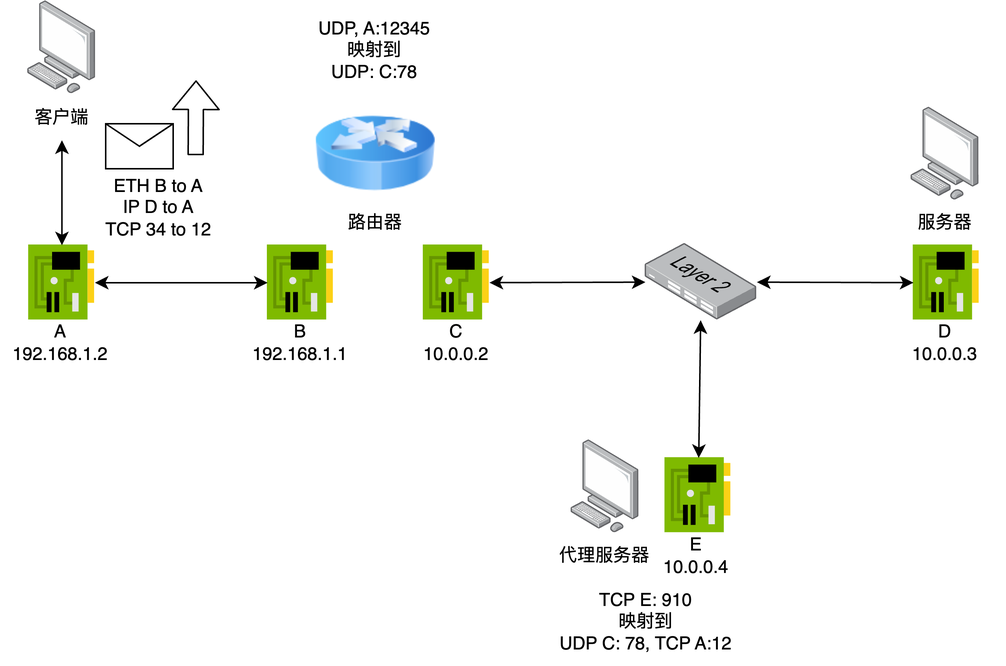
Earlier version of the draw.io export example_step12.png (N2Sys-EDU/Lab3-Documentation). Source tidied: cells renumbered, new cells last; positions are measured from the earlier drawing's top-left corner, leaving out a move shared by most shapes.
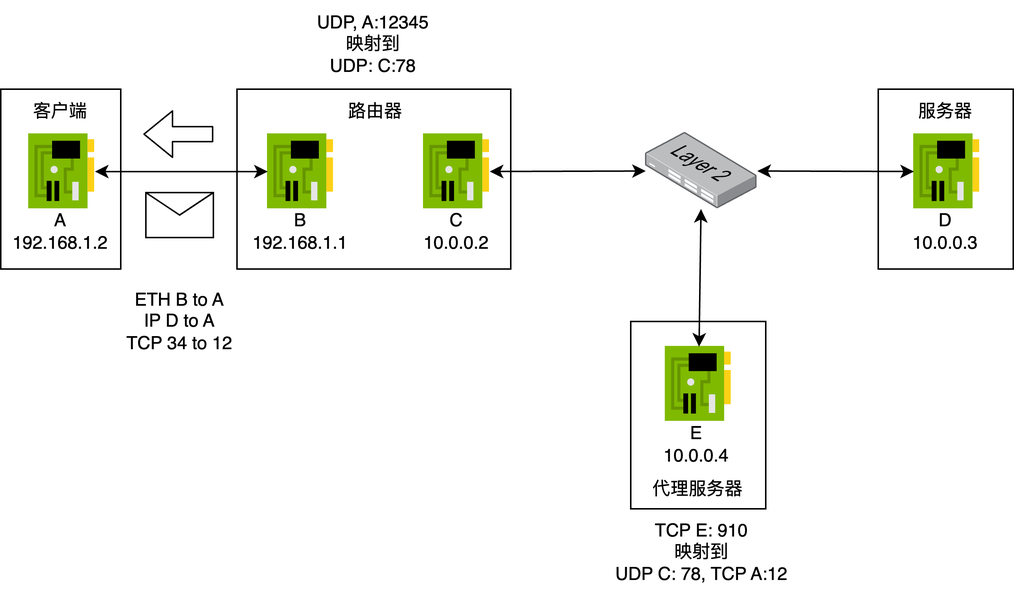
After the commit.

Diff of the diagram source:
```diff
@@ -2,21 +2,45 @@
   <root>
     <mxCell id="0" />
     <mxCell id="1" parent="0" />
-    <mxCell id="2" style="image;html=1;image=img/lib/clip_art/networking/Router_Icon_128x128.png;" parent="1" vertex="1">
-      <mxGeometry x="210" y="62.1" width="80" height="80" as="geometry" />
-    </mxCell>
-    <mxCell id="3" style="html=1;align=center;shadow=0;dashed=0;image;image=img/lib/allied_telesis/computer_and_terminals/Personal_Computer.svg;" parent="1" vertex="1">
-      <mxGeometry x="18" y="0.3" width="45.6" height="61.8" as="geometry" />
-    </mxCell>
+    <mxCell id="26" style="shape=message;html=1;html=1;labelPosition=center;verticalLabelPosition=bottom;align=center;verticalAlign=top;" parent="1" vertex="1">
+      <mxGeometry x="96.8" y="202" width="45" height="30" as="geometry" />
+    </mxCell>
+    <mxCell id="27" style="shape=flexArrow;endArrow=classic;html=1;" parent="1" edge="1">
+      <mxGeometry relative="1" as="geometry">
+        <mxPoint x="141.8" y="163" as="sourcePoint" />
+        <mxPoint x="95" y="163" as="targetPoint" />
+      </mxGeometry>
+    </mxCell>
+    <mxCell id="28" value="ETH B to A&lt;br&gt;IP D to A&lt;br&gt;TCP 34 to 12" style="text;html=1;strokeColor=none;fillColor=none;align=center;verticalAlign=middle;whiteSpace=wrap;rounded=0;" parent="1" vertex="1">
+      <mxGeometry x="73.6" y="263" width="91.2" height="50" as="geometry" />
+    </mxCell>
+    <mxCell id="30" value="UDP, A:12345&lt;br&gt;映射到&lt;br&gt;UDP: C:78" style="text;html=1;strokeColor=none;fillColor=none;align=center;verticalAlign=middle;whiteSpace=wrap;rounded=0;" parent="1" vertex="1">
+      <mxGeometry x="188.1" y="73.9" width="121.2" height="59.1" as="geometry" />
+    </mxCell>
+    <mxCell id="29" value="TCP E: 910&lt;br&gt;映射到&lt;br&gt;UDP C: 78, TCP A:12" style="text;html=1;strokeColor=none;fillColor=none;align=center;verticalAlign=middle;whiteSpace=wrap;rounded=0;" parent="1" vertex="1">
+      <mxGeometry x="406.6" y="413" width="121.2" height="58.2" as="geometry" />
+    </mxCell>
+    <mxCell id="31" style="rounded=0;whiteSpace=wrap;html=1;" parent="1" vertex="1">
+      <mxGeometry x="585" y="133" width="90" height="120" as="geometry" />
+    </mxCell>
+    <mxCell id="32" style="rounded=0;whiteSpace=wrap;html=1;" parent="1" vertex="1">
+      <mxGeometry x="420" y="288" width="90" height="125" as="geometry" />
+    </mxCell>
+    <mxCell id="33" style="rounded=0;whiteSpace=wrap;html=1;" parent="1" vertex="1">
+      <mxGeometry x="157.5" y="133" width="182.5" height="120" as="geometry" />
+    </mxCell>
+    <mxCell id="34" style="rounded=0;whiteSpace=wrap;html=1;" parent="1" vertex="1">
+      <mxGeometry y="133" width="80" height="120" as="geometry" />
+    </mxCell>
     <mxCell id="4" value="客户端" style="text;html=1;strokeColor=none;fillColor=none;align=center;verticalAlign=middle;whiteSpace=wrap;rounded=0;" parent="1" vertex="1">
-      <mxGeometry x="0.8" y="63" width="80" height="30" as="geometry" />
+      <mxGeometry y="133" width="80" height="30" as="geometry" />
     </mxCell>
-    <mxCell id="5" style="sketch=0;html=1;points=[];align=center;image;fontSize=12;image=img/lib/mscae/NetworkInterfaceCard.svg;" parent="1" vertex="1">
-      <mxGeometry x="178" y="163" width="44" height="50" as="geometry" />
-    </mxCell>
-    <mxCell id="6" style="sketch=0;html=1;points=[];align=center;image;fontSize=12;image=img/lib/mscae/NetworkInterfaceCard.svg;" parent="1" vertex="1">
-      <mxGeometry x="18.8" y="163" width="44" height="50" as="geometry" />
-    </mxCell>
+    <mxCell id="35" style="sketch=0;html=1;points=[];align=center;image;fontSize=12;image=img/lib/mscae/NetworkInterfaceCard.svg;" parent="1" vertex="1">
+      <mxGeometry x="178" y="163" width="44" height="50" as="geometry" />
+    </mxCell>
+    <mxCell id="36" style="sketch=0;html=1;points=[];align=center;image;fontSize=12;image=img/lib/mscae/NetworkInterfaceCard.svg;" parent="1" vertex="1">
+      <mxGeometry x="18.8" y="163" width="44" height="50" as="geometry" />
+    </mxCell>
     <mxCell id="7" value="A&lt;br&gt;192.168.1.2" style="text;html=1;strokeColor=none;fillColor=none;align=center;verticalAlign=middle;whiteSpace=wrap;rounded=0;" parent="1" vertex="1">
       <mxGeometry y="213" width="80" height="30" as="geometry" />
     </mxCell>
@@ -26,71 +50,44 @@
     <mxCell id="9" value="B&lt;br&gt;192.168.1.1" style="text;html=1;strokeColor=none;fillColor=none;align=center;verticalAlign=middle;whiteSpace=wrap;rounded=0;" parent="1" vertex="1">
       <mxGeometry x="160" y="213" width="80" height="30" as="geometry" />
     </mxCell>
-    <mxCell id="10" style="endArrow=classic;startArrow=classic;html=1;" parent="1" edge="1" source="6" target="5">
-      <mxGeometry relative="1" as="geometry" />
-    </mxCell>
-    <mxCell id="11" style="sketch=0;html=1;points=[];align=center;image;fontSize=12;image=img/lib/mscae/NetworkInterfaceCard.svg;" parent="1" vertex="1">
-      <mxGeometry x="282" y="163" width="44" height="50" as="geometry" />
-    </mxCell>
+    <mxCell id="37" style="endArrow=classic;startArrow=classic;html=1;" parent="1" edge="1" source="36" target="35">
+      <mxGeometry relative="1" as="geometry" />
+    </mxCell>
+    <mxCell id="38" style="sketch=0;html=1;points=[];align=center;image;fontSize=12;image=img/lib/mscae/NetworkInterfaceCard.svg;" parent="1" vertex="1">
+      <mxGeometry x="282" y="163" width="44" height="50" as="geometry" />
+    </mxCell>
     <mxCell id="12" value="C&lt;br&gt;10.0.0.2" style="text;html=1;strokeColor=none;fillColor=none;align=center;verticalAlign=middle;whiteSpace=wrap;rounded=0;" parent="1" vertex="1">
       <mxGeometry x="264" y="213" width="80" height="30" as="geometry" />
     </mxCell>
-    <mxCell id="13" style="html=1;align=center;shadow=0;dashed=0;image;image=img/lib/allied_telesis/computer_and_terminals/Personal_Computer.svg;" parent="1" vertex="1">
-      <mxGeometry x="607.2" y="71.2" width="45.6" height="61.8" as="geometry" />
-    </mxCell>
     <mxCell id="14" value="服务器" style="text;html=1;strokeColor=none;fillColor=none;align=center;verticalAlign=middle;whiteSpace=wrap;rounded=0;" parent="1" vertex="1">
       <mxGeometry x="590" y="133" width="80" height="30" as="geometry" />
     </mxCell>
-    <mxCell id="15" style="sketch=0;html=1;points=[];align=center;image;fontSize=12;image=img/lib/mscae/NetworkInterfaceCard.svg;" parent="1" vertex="1">
-      <mxGeometry x="608.8" y="163" width="44" height="50" as="geometry" />
-    </mxCell>
+    <mxCell id="39" style="sketch=0;html=1;points=[];align=center;image;fontSize=12;image=img/lib/mscae/NetworkInterfaceCard.svg;" parent="1" vertex="1">
+      <mxGeometry x="608.8" y="163" width="44" height="50" as="geometry" />
+    </mxCell>
     <mxCell id="16" value="D&lt;br&gt;10.0.0.3" style="text;html=1;strokeColor=none;fillColor=none;align=center;verticalAlign=middle;whiteSpace=wrap;rounded=0;" parent="1" vertex="1">
       <mxGeometry x="590" y="213" width="80" height="30" as="geometry" />
     </mxCell>
-    <mxCell id="17" style="endArrow=classic;startArrow=classic;html=1;" parent="1" edge="1" source="11" target="18">
-      <mxGeometry relative="1" as="geometry" />
-    </mxCell>
-    <mxCell id="18" style="points=[];html=1;align=center;shadow=0;dashed=0;image;image=img/lib/allied_telesis/switch/Switch_24_port_L2.svg;" parent="1" vertex="1">
-      <mxGeometry x="430" y="162" width="74.4" height="51" as="geometry" />
-    </mxCell>
-    <mxCell id="19" style="endArrow=classic;startArrow=classic;html=1;" parent="1" edge="1" source="18" target="15">
-      <mxGeometry relative="1" as="geometry" />
-    </mxCell>
-    <mxCell id="20" style="html=1;align=center;shadow=0;dashed=0;image;image=img/lib/allied_telesis/computer_and_terminals/Personal_Computer.svg;" parent="1" vertex="1">
-      <mxGeometry x="380.4" y="293" width="45.6" height="61.8" as="geometry" />
-    </mxCell>
+    <mxCell id="40" style="endArrow=classic;startArrow=classic;html=1;" parent="1" edge="1" source="38" target="41">
+      <mxGeometry relative="1" as="geometry" />
+    </mxCell>
+    <mxCell id="41" style="points=[];html=1;align=center;shadow=0;dashed=0;image;image=img/lib/allied_telesis/switch/Switch_24_port_L2.svg;" parent="1" vertex="1">
+      <mxGeometry x="430" y="162" width="74.4" height="51" as="geometry" />
+    </mxCell>
+    <mxCell id="42" style="endArrow=classic;startArrow=classic;html=1;" parent="1" edge="1" source="41" target="39">
+      <mxGeometry relative="1" as="geometry" />
+    </mxCell>
     <mxCell id="21" value="代理服务器" style="text;html=1;strokeColor=none;fillColor=none;align=center;verticalAlign=middle;whiteSpace=wrap;rounded=0;" parent="1" vertex="1">
-      <mxGeometry x="363.2" y="354.8" width="80" height="30" as="geometry" />
+      <mxGeometry x="425.2" y="384.8" width="80" height="30" as="geometry" />
     </mxCell>
-    <mxCell id="22" style="sketch=0;html=1;points=[];align=center;image;fontSize=12;image=img/lib/mscae/NetworkInterfaceCard.svg;" parent="1" vertex="1">
-      <mxGeometry x="443.2" y="304.8" width="44" height="50" as="geometry" />
-    </mxCell>
+    <mxCell id="43" style="sketch=0;html=1;points=[];align=center;image;fontSize=12;image=img/lib/mscae/NetworkInterfaceCard.svg;" parent="1" vertex="1">
+      <mxGeometry x="443.2" y="304.8" width="44" height="50" as="geometry" />
+    </mxCell>
     <mxCell id="23" value="E&lt;br&gt;10.0.0.4" style="text;html=1;strokeColor=none;fillColor=none;align=center;verticalAlign=middle;whiteSpace=wrap;rounded=0;" parent="1" vertex="1">
       <mxGeometry x="424.4" y="354.8" width="80" height="30" as="geometry" />
     </mxCell>
-    <mxCell id="24" style="endArrow=classic;startArrow=classic;html=1;" parent="1" edge="1" source="18" target="22">
-      <mxGeometry relative="1" as="geometry" />
-    </mxCell>
-    <mxCell id="25" value="UDP, A:12345&lt;br&gt;映射到&lt;br&gt;UDP: C:78" style="text;html=1;strokeColor=none;fillColor=none;align=center;verticalAlign=middle;whiteSpace=wrap;rounded=0;" parent="1" vertex="1">
-      <mxGeometry x="189.4" y="3" width="121.2" height="59.1" as="geometry" />
-    </mxCell>
-    <mxCell id="26" style="shape=message;html=1;html=1;labelPosition=center;verticalLabelPosition=bottom;align=center;verticalAlign=top;" parent="1" vertex="1">
-      <mxGeometry x="70" y="82" width="45" height="30" as="geometry" />
-    </mxCell>
-    <mxCell id="27" style="shape=flexArrow;endArrow=classic;html=1;" parent="1" edge="1">
-      <mxGeometry relative="1" as="geometry">
-        <mxPoint x="130" y="103" as="sourcePoint" />
-        <mxPoint x="130.2" y="53" as="targetPoint" />
-      </mxGeometry>
-    </mxCell>
-    <mxCell id="28" value="ETH B to A&lt;br&gt;IP D to A&lt;br&gt;TCP 34 to 12" style="text;html=1;strokeColor=none;fillColor=none;align=center;verticalAlign=middle;whiteSpace=wrap;rounded=0;" parent="1" vertex="1">
-      <mxGeometry x="60" y="113" width="91.2" height="50" as="geometry" />
-    </mxCell>
-    <mxCell id="29" value="TCP E: 910&lt;br&gt;映射到&lt;br&gt;UDP C: 78, TCP A:12" style="text;html=1;strokeColor=none;fillColor=none;align=center;verticalAlign=middle;whiteSpace=wrap;rounded=0;" parent="1" vertex="1">
-      <mxGeometry x="370" y="384.8" width="121.2" height="58.2" as="geometry" />
-    </mxCell>
-    <mxCell id="30" style="endArrow=classic;startArrow=classic;html=1;" parent="1" edge="1" source="4" target="6">
-      <mxGeometry relative="1" as="geometry" />
-    </mxCell>
+    <mxCell id="44" style="endArrow=classic;startArrow=classic;html=1;" parent="1" edge="1" source="41" target="43">
+      <mxGeometry relative="1" as="geometry" />
+    </mxCell>
   </root>
 </mxGraphModel>
```
